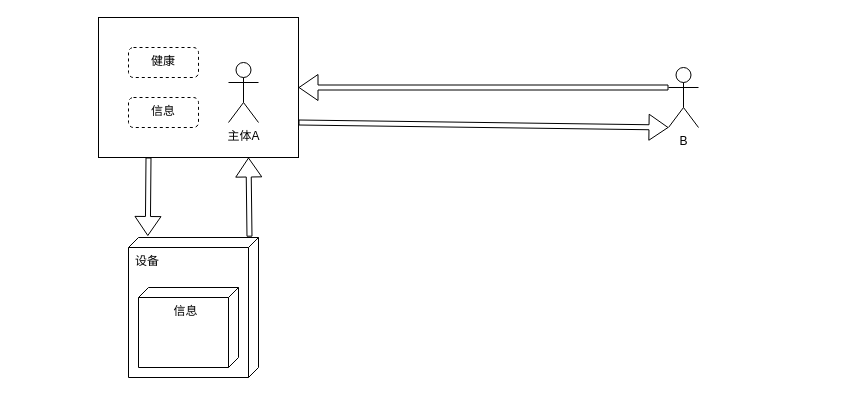
This is DSL.drawio from GreenTee-color/Documents, a draw.io file, before an edit. Source tidied: cells renumbered, new cells numbered last; positions are measured from the earlier drawing's top-left corner, leaving out a move shared by most shapes. Both pictures are drawn from the tidied source at 100%, with x=0, y=0 at pixel (98, 17).
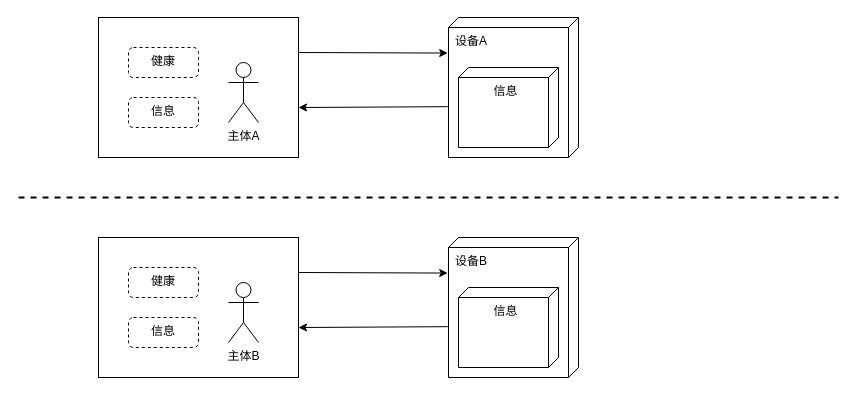
The same diagram, later.

The change refers to these unchanged cells:
```xml
<mxCell id="4" style="rounded=0;whiteSpace=wrap;html=1;" parent="3" vertex="1">
  <mxGeometry width="200" height="140" as="geometry" />
</mxCell>
```

The edit, as a diff of the source:
```diff
@@
-    <mxCell id="2" value="B" style="shape=umlActor;verticalLabelPosition=bottom;verticalAlign=top;html=1;" parent="1" vertex="1">
-      <mxGeometry x="570" y="50" width="30" height="60" as="geometry" />
-    </mxCell>
+    <mxCell id="15" style="group;" parent="1" vertex="1">
+      <mxGeometry width="480" height="140" as="geometry" />
+    </mxCell>
-    <mxCell id="3" style="group;" parent="1" vertex="1">
+    <mxCell id="3" style="group;" parent="15" vertex="1">
       <mxGeometry width="200" height="140" as="geometry" />
     </mxCell>
@@
-    <mxCell id="9" style="shape=flexArrow;endArrow=classic;html=1;rounded=0;exitX=0.25;exitY=1;exitDx=0;exitDy=0;entryX=0.145;entryY=-0.008;entryDx=0;entryDy=0;entryPerimeter=0;width=5;" parent="1" edge="1" source="4">
-      <mxGeometry relative="1" as="geometry">
-        <mxPoint x="49.3" y="218.5" as="targetPoint" />
-      </mxGeometry>
-    </mxCell>
-    <mxCell id="10" style="shape=flexArrow;endArrow=classic;html=1;rounded=0;entryX=0.75;entryY=1;entryDx=0;entryDy=0;width=5;exitX=0.444;exitY=-0.004;exitDx=0;exitDy=0;exitPerimeter=0;" parent="1" edge="1" target="4">
-      <mxGeometry relative="1" as="geometry">
-        <mxPoint x="151" y="219.2" as="sourcePoint" />
-      </mxGeometry>
-    </mxCell>
-    <mxCell id="11" style="shape=flexArrow;endArrow=classic;html=1;rounded=0;entryX=1;entryY=0.5;entryDx=0;entryDy=0;exitX=0;exitY=0.3333333333333333;exitDx=0;exitDy=0;exitPerimeter=0;width=5;" parent="1" edge="1" source="2" target="4">
-      <mxGeometry relative="1" as="geometry" />
-    </mxCell>
-    <mxCell id="12" style="shape=flexArrow;endArrow=classic;html=1;rounded=0;exitX=1;exitY=0.75;exitDx=0;exitDy=0;width=5;entryX=0;entryY=1;entryDx=0;entryDy=0;entryPerimeter=0;" parent="1" edge="1" source="4" target="2">
-      <mxGeometry relative="1" as="geometry" />
-    </mxCell>
+    <mxCell id="16" style="rounded=0;jettySize=auto;html=1;entryX=1;entryY=0.643;entryDx=0;entryDy=0;entryPerimeter=0;exitX=0.637;exitY=1.006;exitDx=0;exitDy=0;exitPerimeter=0;" parent="15" edge="1" source="13" target="4">
+      <mxGeometry relative="1" as="geometry" />
+    </mxCell>
-    <mxCell id="13" value="设备" style="verticalAlign=top;align=left;shape=cube;size=10;direction=south;fontStyle=0;html=1;boundedLbl=1;spacingLeft=5;whiteSpace=wrap;" parent="1" vertex="1">
-      <mxGeometry x="30" y="220" width="130" height="140" as="geometry" />
+    <mxCell id="13" value="设备A" style="verticalAlign=top;align=left;shape=cube;size=10;direction=south;fontStyle=0;html=1;boundedLbl=1;spacingLeft=5;whiteSpace=wrap;" parent="15" vertex="1">
+      <mxGeometry x="350" width="130" height="140" as="geometry" />
     </mxCell>
@@
+    <mxCell id="17" style="rounded=0;jettySize=auto;html=1;exitX=1;exitY=0.25;exitDx=0;exitDy=0;entryX=0.254;entryY=1.006;entryDx=0;entryDy=0;entryPerimeter=0;" parent="15" edge="1" source="4" target="13">
+      <mxGeometry relative="1" as="geometry" />
+    </mxCell>
+    <mxCell id="18" style="group;" parent="1" vertex="1">
+      <mxGeometry y="220" width="480" height="140" as="geometry" />
+    </mxCell>
+    <mxCell id="19" style="group;" parent="18" vertex="1">
+      <mxGeometry width="200" height="140" as="geometry" />
+    </mxCell>
+    <mxCell id="20" style="rounded=0;whiteSpace=wrap;html=1;" parent="19" vertex="1">
+      <mxGeometry width="200" height="140" as="geometry" />
+    </mxCell>
+    <mxCell id="21" style="group;" parent="19" vertex="1">
+      <mxGeometry x="30" y="30" width="130" height="90" as="geometry" />
+    </mxCell>
+    <mxCell id="22" value="主体B" style="shape=umlActor;verticalLabelPosition=bottom;verticalAlign=top;html=1;" parent="21" vertex="1">
+      <mxGeometry x="100" y="15" width="30" height="60" as="geometry" />
+    </mxCell>
+    <mxCell id="23" value="健康" style="html=1;align=center;verticalAlign=top;rounded=1;absoluteArcSize=1;arcSize=10;dashed=1;whiteSpace=wrap;" parent="19" vertex="1">
+      <mxGeometry x="30" y="30" width="70" height="30" as="geometry" />
+    </mxCell>
+    <mxCell id="24" value="信息" style="html=1;align=center;verticalAlign=top;rounded=1;absoluteArcSize=1;arcSize=10;dashed=1;whiteSpace=wrap;" parent="19" vertex="1">
+      <mxGeometry x="30" y="80" width="70" height="30" as="geometry" />
+    </mxCell>
+    <mxCell id="25" style="rounded=0;jettySize=auto;html=1;entryX=1;entryY=0.643;entryDx=0;entryDy=0;entryPerimeter=0;exitX=0.637;exitY=1.006;exitDx=0;exitDy=0;exitPerimeter=0;" parent="18" edge="1" source="26" target="20">
+      <mxGeometry relative="1" as="geometry" />
+    </mxCell>
+    <mxCell id="26" value="设备B" style="verticalAlign=top;align=left;shape=cube;size=10;direction=south;fontStyle=0;html=1;boundedLbl=1;spacingLeft=5;whiteSpace=wrap;" parent="18" vertex="1">
+      <mxGeometry x="350" width="130" height="140" as="geometry" />
+    </mxCell>
+    <mxCell id="27" value="信息" style="verticalAlign=top;align=center;shape=cube;size=10;direction=south;html=1;boundedLbl=1;spacingLeft=5;whiteSpace=wrap;" parent="26" vertex="1">
+      <mxGeometry width="100" height="80" relative="1" as="geometry">
+        <mxPoint x="10" y="50" as="offset" />
+      </mxGeometry>
+    </mxCell>
+    <mxCell id="28" style="rounded=0;jettySize=auto;html=1;exitX=1;exitY=0.25;exitDx=0;exitDy=0;entryX=0.254;entryY=1.006;entryDx=0;entryDy=0;entryPerimeter=0;" parent="18" edge="1" source="20" target="26">
+      <mxGeometry relative="1" as="geometry" />
+    </mxCell>
+    <mxCell id="29" style="endArrow=none;dashed=1;html=1;strokeWidth=2;rounded=0;" parent="1" edge="1">
+      <mxGeometry relative="1" as="geometry">
+        <mxPoint x="-80" y="180" as="sourcePoint" />
+        <mxPoint x="740" y="180" as="targetPoint" />
+      </mxGeometry>
+    </mxCell>
```
